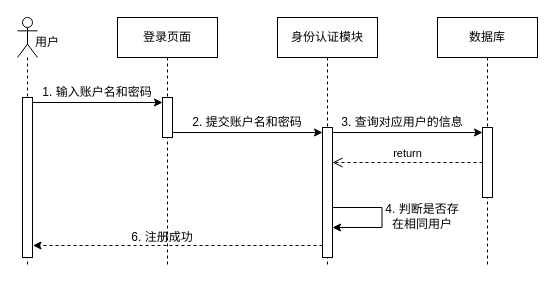
The draw.io diagram 时序图2.drawio in sunray42/diagrams, before the edit. Source tidied: cells renumbered, new cells numbered last; positions are measured from the earlier drawing's top-left corner, leaving out a move shared by most shapes. Both pictures are drawn from the tidied source at 100%, with x=0, y=0 at pixel (17, 17).
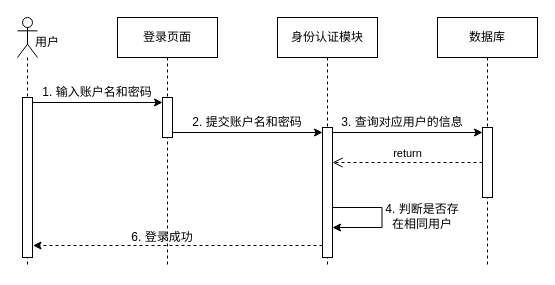
The same page after the edit.

Commit message (it also covers changes not shown here):
更新时序图2.drawio

Diff of the diagram source:
```diff
@@
-    <mxCell id="21" value="6. 注册成功" style="text;html=1;align=center;verticalAlign=middle;whiteSpace=wrap;rounded=0;" parent="1" vertex="1">
+    <mxCell id="21" value="6. 登录成功" style="text;html=1;align=center;verticalAlign=middle;whiteSpace=wrap;rounded=0;" parent="1" vertex="1">
       <mxGeometry x="100" y="205" width="90" height="30" as="geometry" />
     </mxCell>
```
